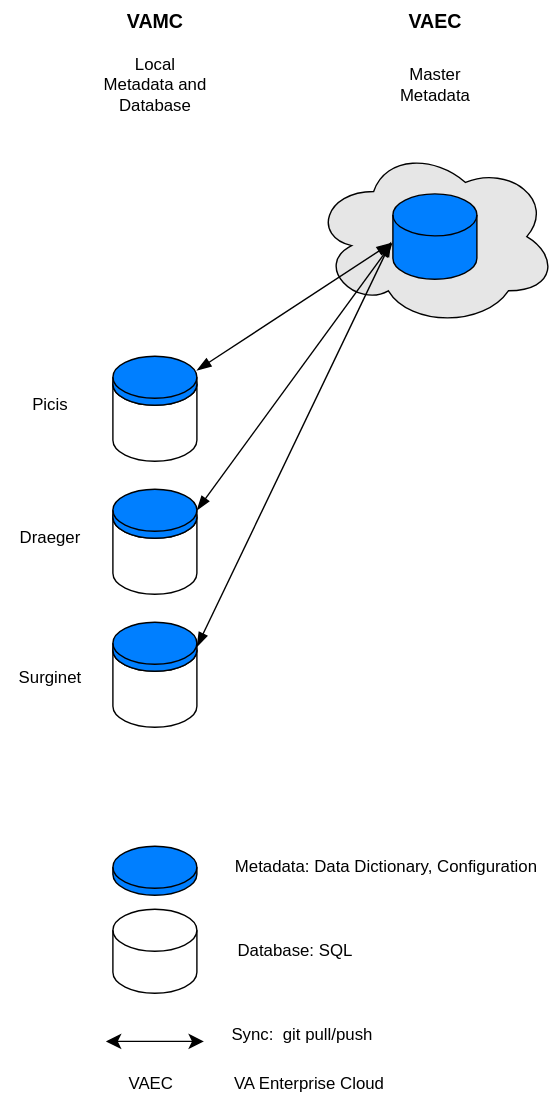
The draw.io diagram integration.svg in va-anesthesia/integration, before a commit. Source tidied: cells renumbered, new cells last; positions are measured from the earlier drawing's top-left corner, leaving out a move shared by most shapes.
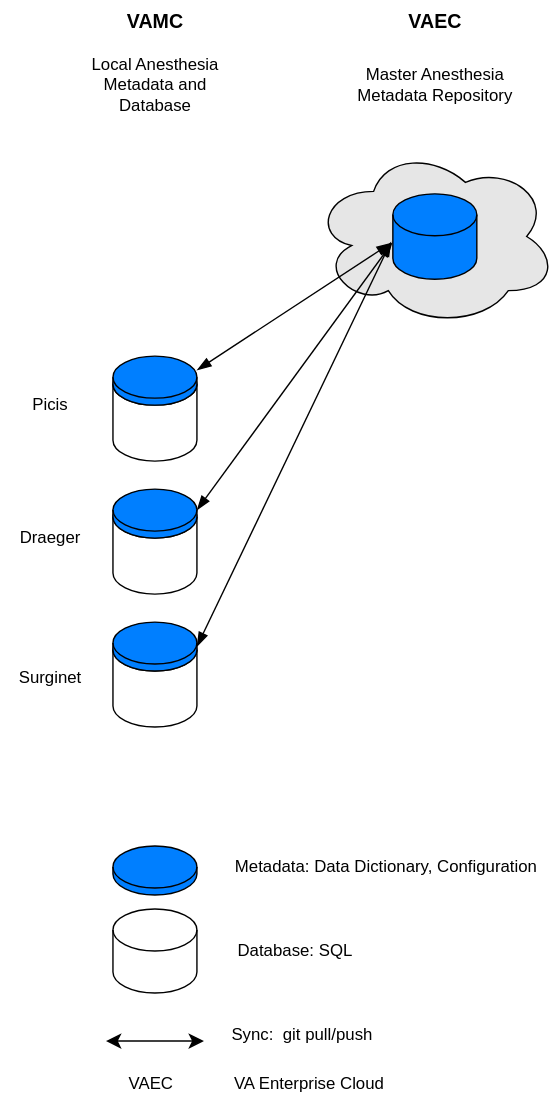
Above is the later version.

Change to the diagram source:
```diff
@@ -26,11 +26,11 @@
     <mxCell id="9" style="shape=cylinder3;whiteSpace=wrap;html=1;boundedLbl=1;backgroundOutline=1;size=15;fillColor=#007FFF;" parent="1" vertex="1">
       <mxGeometry x="280" y="138" width="60" height="61" as="geometry" />
     </mxCell>
-    <mxCell id="10" value="Master&lt;br&gt;Metadata" style="text;html=1;align=center;verticalAlign=middle;strokeColor=none;fillColor=none;" parent="1" vertex="1">
-      <mxGeometry x="275" y="40" width="70" height="40" as="geometry" />
+    <mxCell id="10" value="Master Anesthesia&lt;br&gt;Metadata Repository" style="text;html=1;align=center;verticalAlign=middle;strokeColor=none;fillColor=none;" parent="1" vertex="1">
+      <mxGeometry x="245" y="40" width="130" height="40" as="geometry" />
     </mxCell>
-    <mxCell id="11" value="Local&lt;br&gt;Metadata and&lt;br&gt;Database" style="text;html=1;align=center;verticalAlign=middle;strokeColor=none;fillColor=none;" parent="1" vertex="1">
-      <mxGeometry x="60" y="30" width="100" height="60" as="geometry" />
+    <mxCell id="11" value="Local Anesthesia&lt;br&gt;Metadata and&lt;br&gt;Database" style="text;html=1;align=center;verticalAlign=middle;strokeColor=none;fillColor=none;" parent="1" vertex="1">
+      <mxGeometry x="55" y="30" width="110" height="60" as="geometry" />
     </mxCell>
     <mxCell id="12" style="edgeStyle=none;jettySize=auto;html=1;endArrow=blockThin;startArrow=blockThin;endSize=8;startSize=8;entryX=-0.022;entryY=0.576;entryDx=0;entryDy=0;entryPerimeter=0;startFill=1;endFill=1;" parent="1" edge="1" target="9">
       <mxGeometry relative="1" as="geometry">
```
